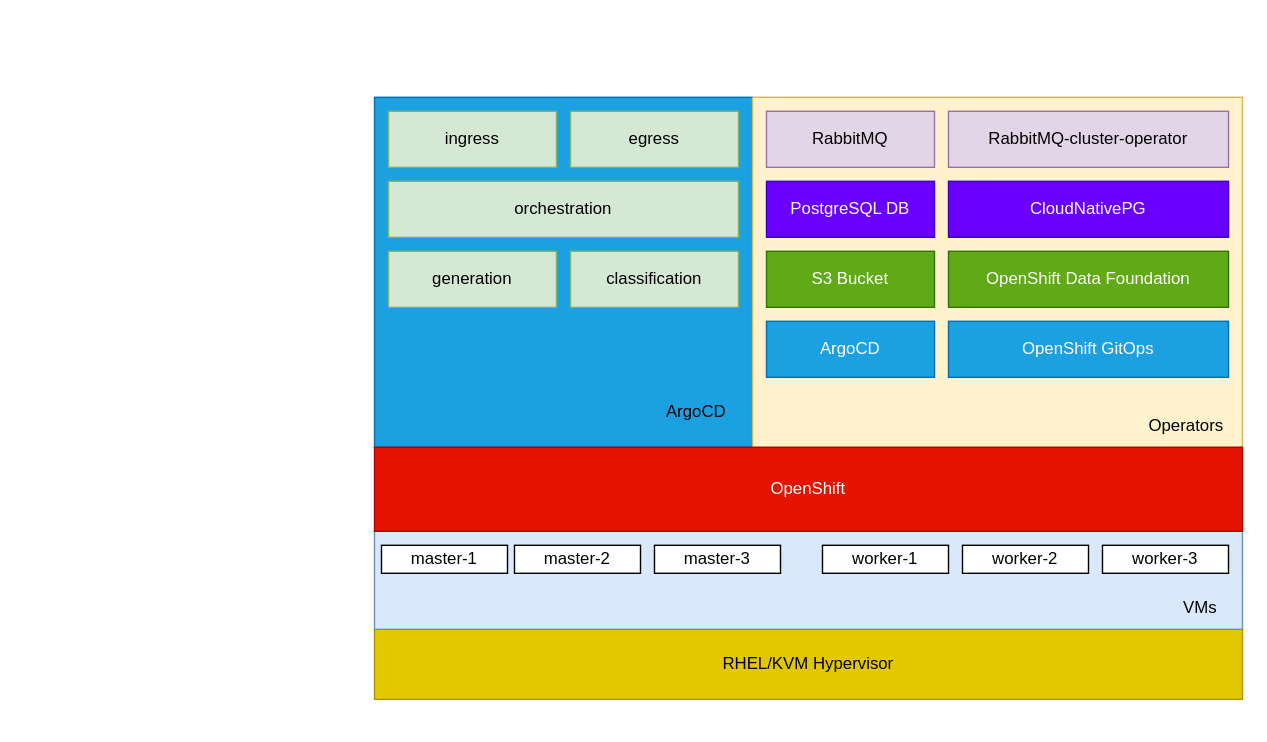
Earlier version of the draw.io diagram docs/system-components-overview.drawio (wreiner/FHJ-image-gen-microservices). Source tidied: cells renumbered, new cells numbered last; positions are measured from the earlier drawing's top-left corner, leaving out a move shared by most shapes. Both pictures are drawn from the tidied source at 140%, with x=0, y=0 at pixel (374, 97).
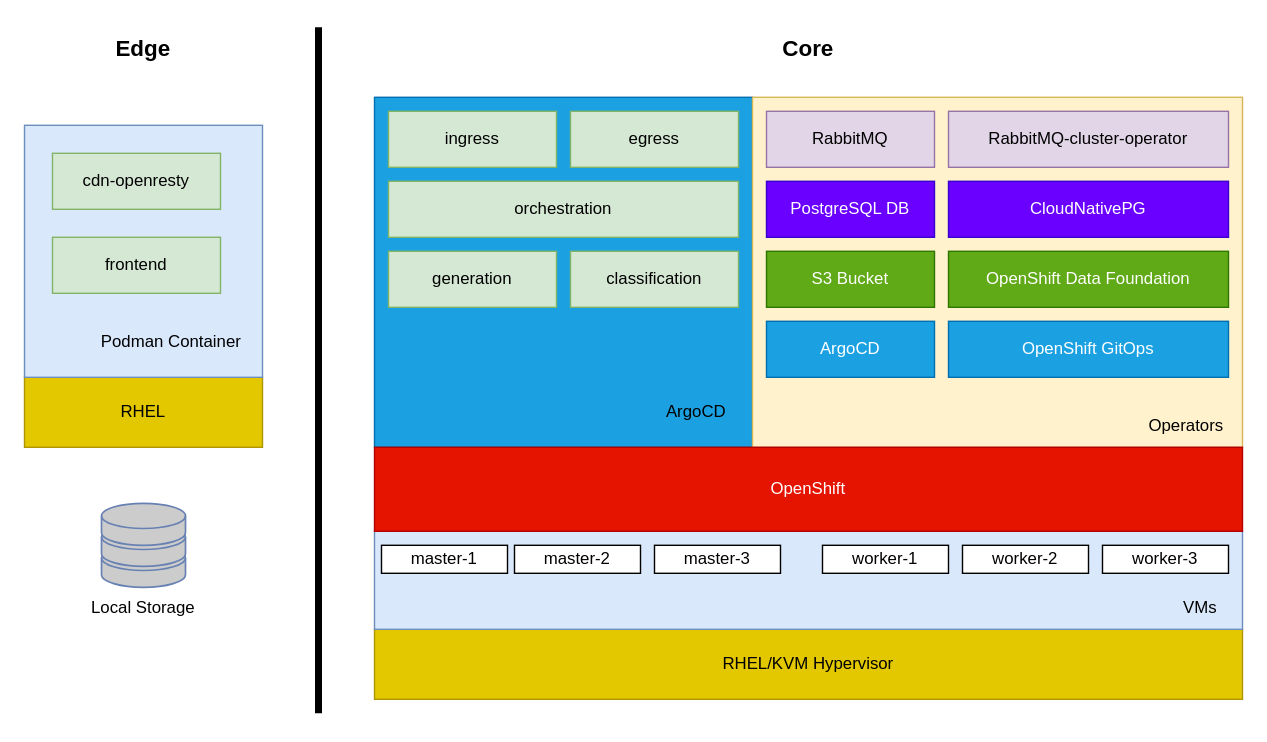
The same page after the edit.

Commit message (it also covers changes not shown here):
Move openresty run script for dev

The edit, as a diff of the source:
```diff
@@
+    <mxCell id="29" style="endArrow=none;html=1;rounded=0;strokeWidth=5;" parent="1" edge="1">
+      <mxGeometry relative="1" as="geometry">
+        <mxPoint x="-40" y="-50" as="sourcePoint" />
+        <mxPoint x="-40" y="440" as="targetPoint" />
+      </mxGeometry>
+    </mxCell>
+    <mxCell id="30" style="group;" parent="1" vertex="1">
+      <mxGeometry x="-210" y="290" width="90" height="90" as="geometry" />
+    </mxCell>
+    <mxCell id="31" style="fontColor=#0066CC;verticalAlign=top;verticalLabelPosition=bottom;labelPosition=center;align=center;html=1;fillColor=#CCCCCC;strokeColor=#6881B3;gradientColor=none;gradientDirection=north;strokeWidth=2;shape=mxgraph.networks.storage;" parent="30" vertex="1">
+      <mxGeometry x="15" width="60" height="60" as="geometry" />
+    </mxCell>
+    <mxCell id="32" value="Local Storage" style="text;html=1;align=center;verticalAlign=middle;whiteSpace=wrap;rounded=0;" parent="30" vertex="1">
+      <mxGeometry y="60" width="90" height="30" as="geometry" />
+    </mxCell>
+    <mxCell id="33" style="group;" parent="1" vertex="1">
+      <mxGeometry x="-250" y="20" width="170" height="230" as="geometry" />
+    </mxCell>
+    <mxCell id="34" value="RHEL" style="rounded=0;whiteSpace=wrap;html=1;fillColor=#e3c800;fontColor=#000000;strokeColor=#B09500;" parent="33" vertex="1">
+      <mxGeometry y="180" width="170" height="50" as="geometry" />
+    </mxCell>
+    <mxCell id="35" style="rounded=0;whiteSpace=wrap;html=1;fillColor=#dae8fc;strokeColor=#6c8ebf;" parent="33" vertex="1">
+      <mxGeometry width="170" height="180" as="geometry" />
+    </mxCell>
+    <mxCell id="36" value="frontend" style="rounded=0;whiteSpace=wrap;html=1;fillColor=#d5e8d4;strokeColor=#82b366;" parent="33" vertex="1">
+      <mxGeometry x="20" y="80" width="120" height="40" as="geometry" />
+    </mxCell>
+    <mxCell id="37" value="cdn-openresty" style="rounded=0;whiteSpace=wrap;html=1;fillColor=#d5e8d4;strokeColor=#82b366;" parent="33" vertex="1">
+      <mxGeometry x="20" y="20" width="120" height="40" as="geometry" />
+    </mxCell>
+    <mxCell id="38" value="Podman Container" style="text;html=1;align=center;verticalAlign=middle;whiteSpace=wrap;rounded=0;" parent="33" vertex="1">
+      <mxGeometry x="50" y="140" width="110" height="30" as="geometry" />
+    </mxCell>
+    <mxCell id="39" value="&lt;b&gt;&lt;font style=&quot;font-size: 16px;&quot;&gt;Edge&lt;/font&gt;&lt;/b&gt;" style="text;html=1;align=center;verticalAlign=middle;whiteSpace=wrap;rounded=0;" parent="1" vertex="1">
+      <mxGeometry x="-195" y="-50" width="60" height="30" as="geometry" />
+    </mxCell>
+    <mxCell id="40" value="&lt;b&gt;&lt;font style=&quot;font-size: 16px;&quot;&gt;Core&lt;/font&gt;&lt;/b&gt;" style="text;html=1;align=center;verticalAlign=middle;whiteSpace=wrap;rounded=0;" parent="1" vertex="1">
+      <mxGeometry x="280" y="-50" width="60" height="30" as="geometry" />
+    </mxCell>
```
